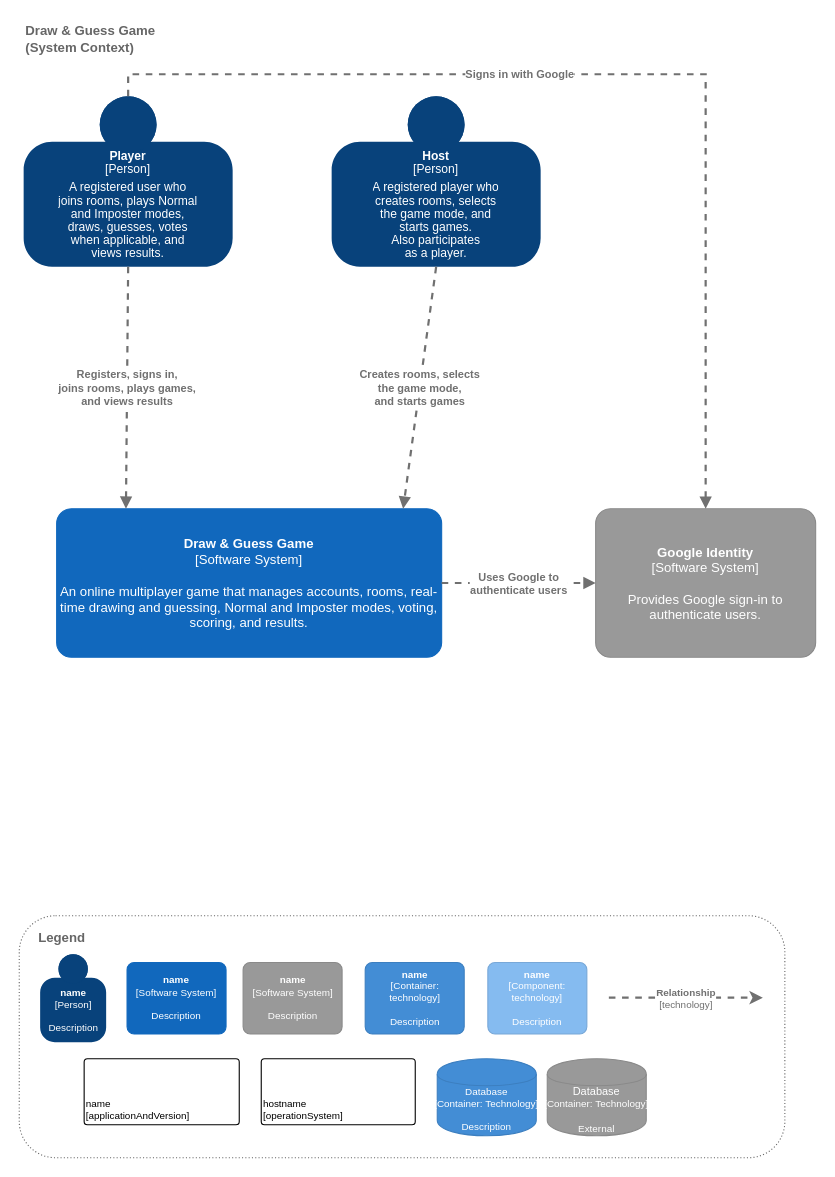
Earlier version of the draw.io diagram page "C4 Context" (1 of 6) of docs/diagram/c4-model.drawio.xml (hyugai/nt106.r12-draw_and_guess). Source tidied: cells renumbered, new cells numbered last; positions are measured from the earlier drawing's top-left corner, leaving out a move shared by most shapes. Both pictures are drawn from the tidied source at 110%, with x=0, y=0 at pixel (19, 19).
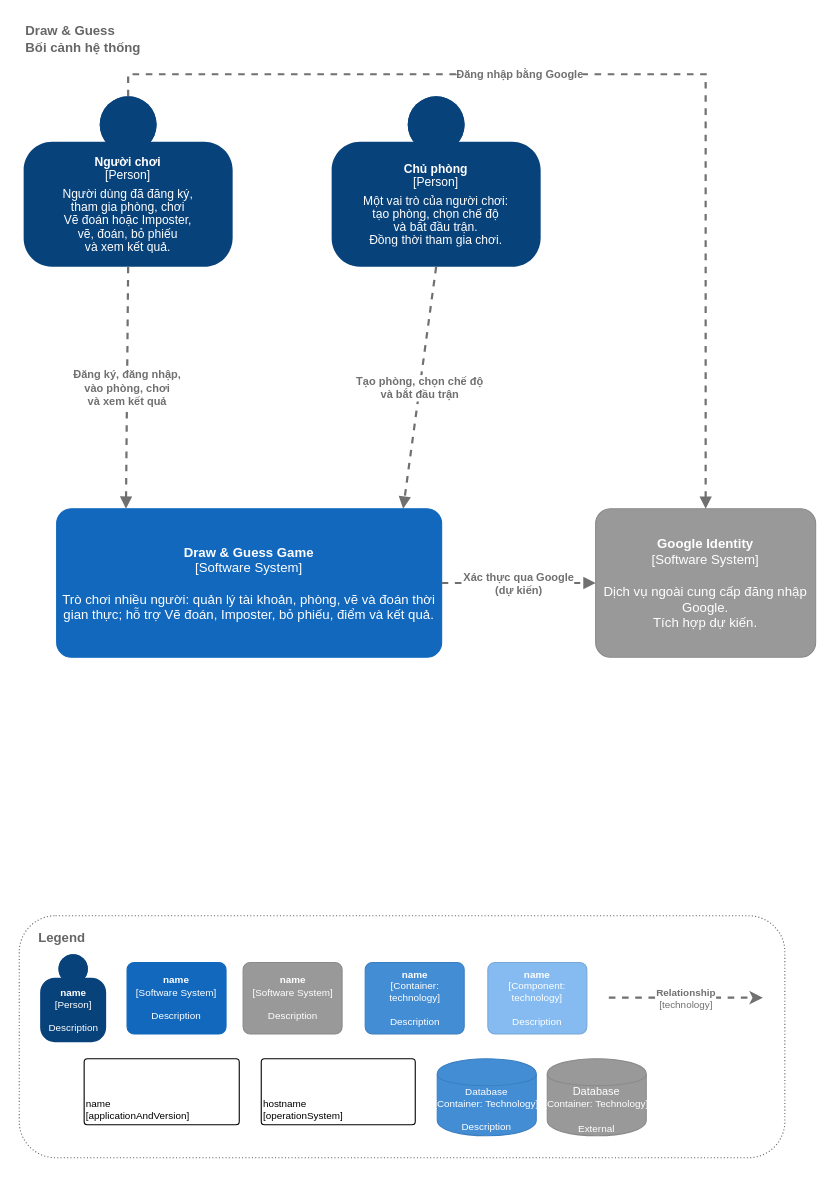
The same diagram, later.

What changed in the source:
```diff
@@
-    <mxCell id="2" value="&lt;b&gt;Draw &amp;amp; Guess Game&lt;br&gt;(System Context)&lt;/b&gt;" style="text;html=1;align=left;verticalAlign=middle;fontColor=#666666;" parent="1" vertex="1">
+    <mxCell id="2" value="&lt;b&gt;Draw &amp;amp; Guess&lt;br&gt;Bối cảnh hệ thống&lt;/b&gt;" style="text;html=1;align=left;verticalAlign=middle;fontColor=#666666;" parent="1" vertex="1">
       <mxGeometry x="4" width="300" height="35" as="geometry" />
     </mxCell>
-    <object id="3" label="&lt;div style=&quot;font-size:11px;line-height:12px;text-align:center&quot;&gt;&lt;b&gt;%c4Name%&lt;/b&gt;&lt;br&gt;[%c4Type%]&lt;div style=&quot;margin-top:5px&quot;&gt;%c4Description%&lt;/div&gt;&lt;/div&gt;" c4Description="A registered user who&lt;br&gt;joins rooms, plays Normal&lt;br&gt;and Imposter modes,&lt;br&gt;draws, guesses, votes&lt;br&gt;when applicable, and&lt;br&gt;views results." c4Name="Player" c4Type="Person" placeholders="1">
+    <object id="3" label="&lt;div style=&quot;font-size:11px;line-height:12px;text-align:center&quot;&gt;&lt;b&gt;%c4Name%&lt;/b&gt;&lt;br&gt;[%c4Type%]&lt;div style=&quot;margin-top:5px&quot;&gt;%c4Description%&lt;/div&gt;&lt;/div&gt;" c4Description="Người dùng đã đăng ký,&lt;br&gt;tham gia phòng, chơi&lt;br&gt;Vẽ đoán hoặc Imposter,&lt;br&gt;vẽ, đoán, bỏ phiếu&lt;br&gt;và xem kết quả." c4Name="Người chơi" c4Type="Person" placeholders="1">
       <mxCell style="html=1;dashed=0;whiteSpace=wrap;fillColor=#08427b;strokeColor=none;fontColor=#ffffff;shape=mxgraph.c4.person;align=center;points=[[0.5,0,0],[1,0.5,0],[1,0.75,0],[0.75,1,0],[0.5,1,0],[0.25,1,0],[0,0.75,0],[0,0.5,0]];metaData={&quot;c4Type&quot;:{&quot;editable&quot;:false}};fontSize=11;overflow=hidden;spacingLeft=6;spacingRight=6;" parent="1" vertex="1">
         <mxGeometry x="4" y="70" width="190" height="155" as="geometry" />
       </mxCell>
     </object>
-    <object id="4" label="&lt;b&gt;%c4Name%&lt;/b&gt;&lt;div&gt;[%c4Type%]&lt;/div&gt;&lt;br&gt;&lt;div&gt;%c4Description%&lt;/div&gt;" c4Description="An online multiplayer game that manages accounts, rooms, real-time drawing and guessing, Normal and Imposter modes, voting, scoring, and results." c4Name="Draw &amp; Guess Game" c4Type="Software System" placeholders="1">
+    <object id="4" label="&lt;b&gt;%c4Name%&lt;/b&gt;&lt;div&gt;[%c4Type%]&lt;/div&gt;&lt;br&gt;&lt;div&gt;%c4Description%&lt;/div&gt;" c4Description="Trò chơi nhiều người: quản lý tài khoản, phòng, vẽ và đoán thời gian thực; hỗ trợ Vẽ đoán, Imposter, bỏ phiếu, điểm và kết quả." c4Name="Draw &amp; Guess Game" c4Type="Software System" placeholders="1">
       <mxCell style="rounded=1;whiteSpace=wrap;html=1;labelBackgroundColor=none;fillColor=#1168BD;fontColor=#ffffff;align=center;arcSize=10;strokeColor=#1168BD;metaData={&quot;c4Type&quot;:{&quot;editable&quot;:false}};points=[[0.25,0,0],[0.5,0,0],[0.75,0,0],[1,0.25,0],[1,0.5,0],[1,0.75,0],[0.75,1,0],[0.5,1,0],[0.25,1,0],[0,0.75,0],[0,0.5,0],[0,0.25,0]];" parent="1" vertex="1">
         <mxGeometry x="34" y="445" width="350" height="135" as="geometry" />
       </mxCell>
     </object>
@@
-    <object id="18" label="&lt;div style=&quot;text-align:center&quot;&gt;&lt;b&gt;%c4Description%&lt;/b&gt;&lt;/div&gt;" c4Description="Registers, signs in,&lt;br&gt;joins rooms, plays games,&lt;br&gt;and views results" placeholders="1">
+    <object id="18" label="&lt;div style=&quot;text-align:center&quot;&gt;&lt;b&gt;%c4Description%&lt;/b&gt;&lt;/div&gt;" c4Description="Đăng ký, đăng nhập,&lt;br&gt;vào phòng, chơi&lt;br&gt;và xem kết quả" placeholders="1">
       <mxCell style="edgeStyle=none;rounded=0;html=1;strokeColor=#707070;strokeWidth=2;fontColor=#707070;dashed=1;endArrow=block;endFill=1;fontSize=10;labelBackgroundColor=#ffffff;exitX=0.5;exitY=1;entryX=0.18;entryY=0;" parent="1" edge="1" source="3" target="4">
         <mxGeometry relative="1" as="geometry" />
       </mxCell>
     </object>
-    <object id="19" label="&lt;div style=&quot;font-size:11px;line-height:12px;text-align:center&quot;&gt;&lt;b&gt;%c4Name%&lt;/b&gt;&lt;br&gt;[%c4Type%]&lt;div style=&quot;margin-top:5px&quot;&gt;%c4Description%&lt;/div&gt;&lt;/div&gt;" c4Description="A registered player who&lt;br&gt;creates rooms, selects&lt;br&gt;the game mode, and&lt;br&gt;starts games.&lt;br&gt;Also participates&lt;br&gt;as a player." c4Name="Host" c4Type="Person" placeholders="1">
+    <object id="19" label="&lt;div style=&quot;font-size:11px;line-height:12px;text-align:center&quot;&gt;&lt;b&gt;%c4Name%&lt;/b&gt;&lt;br&gt;[%c4Type%]&lt;div style=&quot;margin-top:5px&quot;&gt;%c4Description%&lt;/div&gt;&lt;/div&gt;" c4Description="Một vai trò của người chơi:&lt;br&gt;tạo phòng, chọn chế độ&lt;br&gt;và bắt đầu trận.&lt;br&gt;Đồng thời tham gia chơi." c4Name="Chủ phòng" c4Type="Person" placeholders="1">
       <mxCell style="html=1;dashed=0;whiteSpace=wrap;fillColor=#08427b;strokeColor=none;fontColor=#ffffff;shape=mxgraph.c4.person;align=center;points=[[0.5,0,0],[1,0.5,0],[1,0.75,0],[0.75,1,0],[0.5,1,0],[0.25,1,0],[0,0.75,0],[0,0.5,0]];metaData={&quot;c4Type&quot;:{&quot;editable&quot;:false}};fontSize=11;overflow=hidden;spacingLeft=6;spacingRight=6;" parent="1" vertex="1">
         <mxGeometry x="284" y="70" width="190" height="155" as="geometry" />
       </mxCell>
     </object>
-    <object id="20" label="&lt;div style=&quot;text-align:center&quot;&gt;&lt;b&gt;%c4Description%&lt;/b&gt;&lt;/div&gt;" c4Description="Creates rooms, selects&lt;br&gt;the game mode,&lt;br&gt;and starts games" placeholders="1">
+    <object id="20" label="&lt;div style=&quot;text-align:center&quot;&gt;&lt;b&gt;%c4Description%&lt;/b&gt;&lt;/div&gt;" c4Description="Tạo phòng, chọn chế độ&lt;br&gt;và bắt đầu trận" placeholders="1">
       <mxCell style="edgeStyle=none;rounded=0;html=1;strokeColor=#707070;strokeWidth=2;fontColor=#707070;dashed=1;endArrow=block;endFill=1;fontSize=10;labelBackgroundColor=#ffffff;exitX=0.5;exitY=1;entryX=0.9;entryY=0;" parent="1" edge="1" source="19" target="4">
         <mxGeometry relative="1" as="geometry" />
       </mxCell>
     </object>
-    <object id="21" label="&lt;b&gt;%c4Name%&lt;/b&gt;&lt;div&gt;[%c4Type%]&lt;/div&gt;&lt;br&gt;&lt;div&gt;%c4Description%&lt;/div&gt;" c4Description="Provides Google sign-in to authenticate users." c4Name="Google Identity" c4Type="Software System" placeholders="1">
+    <object id="21" label="&lt;b&gt;%c4Name%&lt;/b&gt;&lt;div&gt;[%c4Type%]&lt;/div&gt;&lt;br&gt;&lt;div&gt;%c4Description%&lt;/div&gt;" c4Description="Dịch vụ ngoài cung cấp đăng nhập Google.&lt;br&gt;Tích hợp dự kiến." c4Name="Google Identity" c4Type="Software System" placeholders="1">
       <mxCell style="rounded=1;whiteSpace=wrap;html=1;labelBackgroundColor=none;fillColor=#999999;fontColor=#ffffff;align=center;arcSize=10;strokeColor=#8A8A8A;metaData={&quot;c4Type&quot;:{&quot;editable&quot;:false}};points=[[0.25,0,0],[0.5,0,0],[0.75,0,0],[1,0.25,0],[1,0.5,0],[1,0.75,0],[0.75,1,0],[0.5,1,0],[0.25,1,0],[0,0.75,0],[0,0.5,0],[0,0.25,0]];" parent="1" vertex="1">
         <mxGeometry x="524" y="445" width="200" height="135" as="geometry" />
       </mxCell>
     </object>
-    <object id="22" label="&lt;div style=&quot;text-align:center&quot;&gt;&lt;b&gt;%c4Description%&lt;/b&gt;&lt;/div&gt;" c4Description="Signs in with Google" placeholders="1">
+    <object id="22" label="&lt;div style=&quot;text-align:center&quot;&gt;&lt;b&gt;%c4Description%&lt;/b&gt;&lt;/div&gt;" c4Description="Đăng nhập bằng Google" placeholders="1">
       <mxCell style="edgeStyle=none;rounded=0;html=1;strokeColor=#707070;strokeWidth=2;fontColor=#707070;dashed=1;endArrow=block;endFill=1;fontSize=10;labelBackgroundColor=#ffffff;exitX=0.5;exitY=0;entryX=0.5;entryY=0;" parent="1" edge="1" source="3" target="21">
         <mxGeometry x="-0.2" relative="1" as="geometry">
           <Array as="points">
             <mxPoint x="99" y="50" />
             <mxPoint x="624" y="50" />
           </Array>
         </mxGeometry>
       </mxCell>
     </object>
-    <object id="23" label="&lt;div style=&quot;text-align:center&quot;&gt;&lt;b&gt;%c4Description%&lt;/b&gt;&lt;/div&gt;" c4Description="Uses Google to&lt;br&gt;authenticate users" placeholders="1">
+    <object id="23" label="&lt;div style=&quot;text-align:center&quot;&gt;&lt;b&gt;%c4Description%&lt;/b&gt;&lt;/div&gt;" c4Description="Xác thực qua Google&lt;br&gt;(dự kiến)" placeholders="1">
       <mxCell style="edgeStyle=none;rounded=0;html=1;strokeColor=#707070;strokeWidth=2;fontColor=#707070;dashed=1;endArrow=block;endFill=1;fontSize=10;labelBackgroundColor=#ffffff;exitX=1;exitY=0.5;entryX=0;entryY=0.5;" parent="1" edge="1" source="4" target="21">
         <mxGeometry relative="1" as="geometry" />
       </mxCell>
     </object>
```
